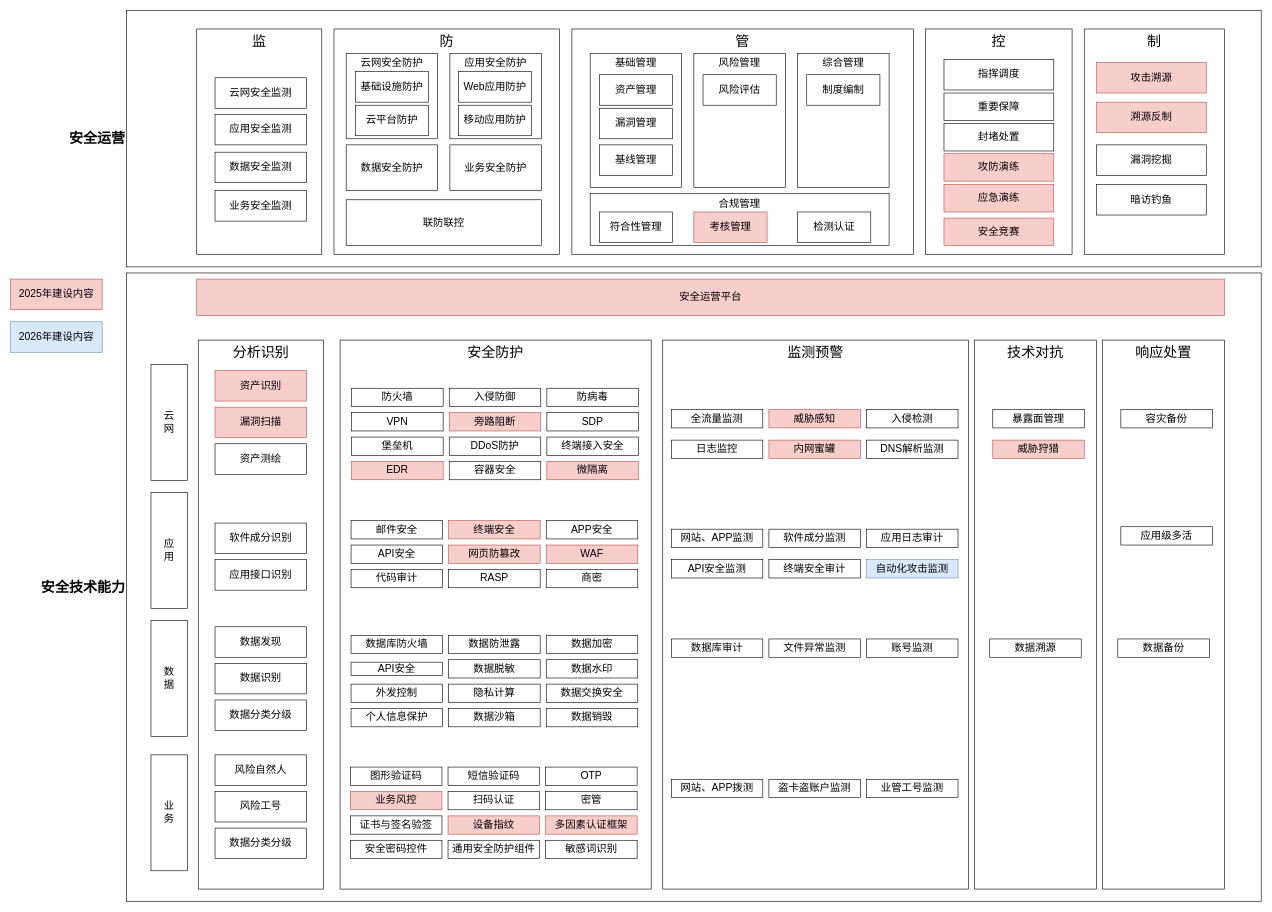
razor/1102_decoration keeps this draw.io diagram as page "第 1 页" (1 of 5) of 2024安全技术能力全景图.drawio. Above is the earlier version. Source tidied: cells renumbered, new cells numbered last; positions are measured from the earlier drawing's top-left corner, leaving out a move shared by most shapes. Both pictures are drawn from the tidied source at 61%, with x=0, y=0 at pixel (10, 10).
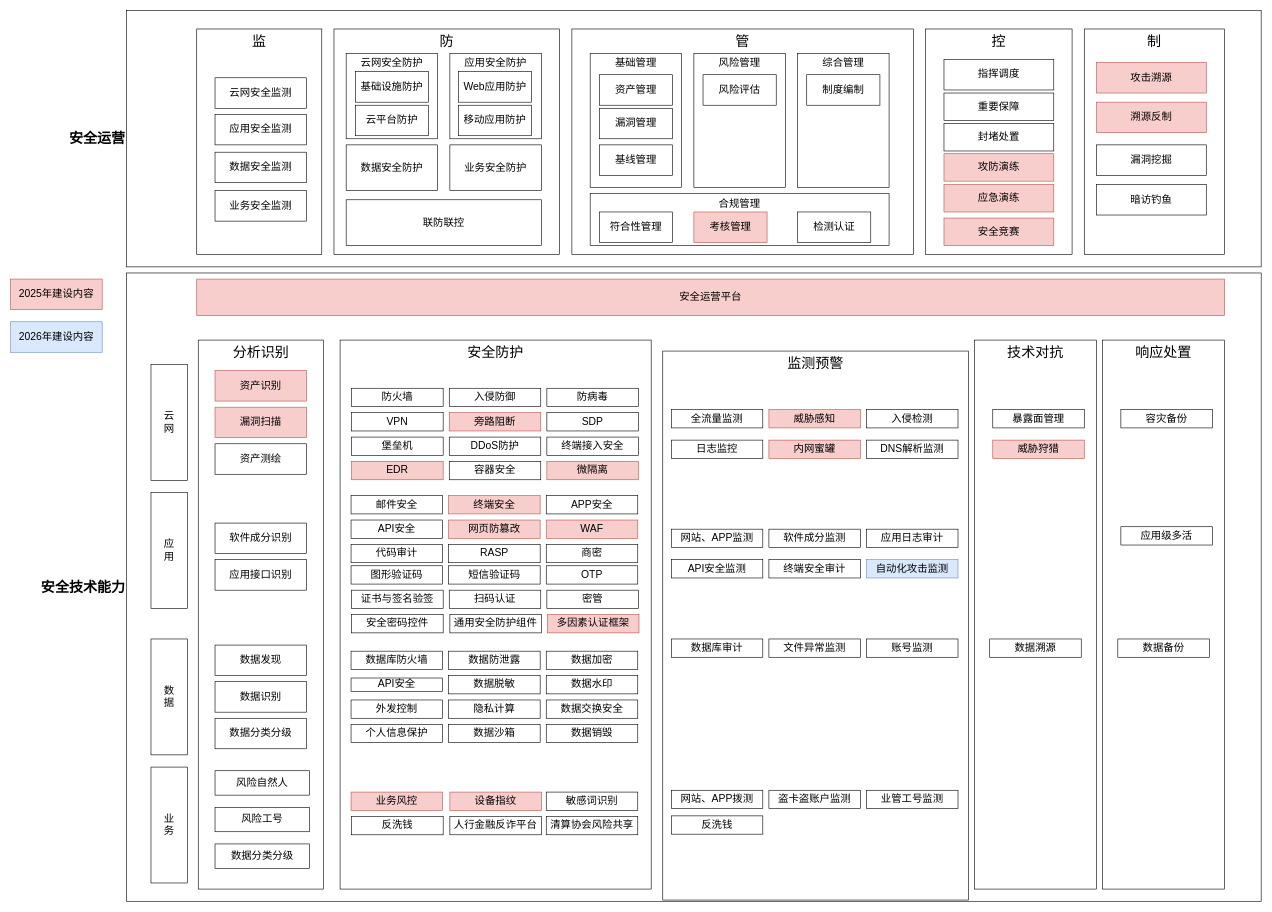
The same page after the edit.

Commit message:
更新2024安全技术能力全景图.drawio

Change to the diagram source:
```diff
@@
     <mxCell id="39" value="&lt;font style=&quot;font-size: 17px;&quot;&gt;数据发现&lt;/font&gt;" style="rounded=0;whiteSpace=wrap;html=1;fontStyle=0;" parent="1" vertex="1">
-      <mxGeometry x="335" y="1010" width="150" height="50" as="geometry" />
+      <mxGeometry x="335" y="1040" width="150" height="50" as="geometry" />
     </mxCell>
     <mxCell id="40" value="&lt;font style=&quot;font-size: 17px;&quot;&gt;数据识别&lt;/font&gt;" style="rounded=0;whiteSpace=wrap;html=1;fontStyle=0;" parent="1" vertex="1">
-      <mxGeometry x="335" y="1070" width="150" height="50" as="geometry" />
+      <mxGeometry x="335" y="1100" width="150" height="50" as="geometry" />
     </mxCell>
     <mxCell id="41" value="&lt;font style=&quot;font-size: 17px;&quot;&gt;数据分类分级&lt;/font&gt;" style="rounded=0;whiteSpace=wrap;html=1;fontStyle=0;" parent="1" vertex="1">
-      <mxGeometry x="335" y="1130" width="150" height="50" as="geometry" />
+      <mxGeometry x="335" y="1160" width="150" height="50" as="geometry" />
     </mxCell>
     <mxCell id="42" value="&lt;font style=&quot;font-size: 17px;&quot;&gt;风险自然人&lt;/font&gt;" style="rounded=0;whiteSpace=wrap;html=1;fontStyle=0;" parent="1" vertex="1">
-      <mxGeometry x="335" y="1220" width="150" height="50" as="geometry" />
+      <mxGeometry x="335" y="1246" width="155" height="40" as="geometry" />
     </mxCell>
     <mxCell id="43" value="&lt;font style=&quot;font-size: 17px;&quot;&gt;风险工号&lt;/font&gt;" style="rounded=0;whiteSpace=wrap;html=1;fontStyle=0;" parent="1" vertex="1">
-      <mxGeometry x="335" y="1280" width="150" height="50" as="geometry" />
+      <mxGeometry x="335" y="1306" width="155" height="40" as="geometry" />
     </mxCell>
     <mxCell id="44" value="&lt;font style=&quot;font-size: 17px;&quot;&gt;数据分类分级&lt;/font&gt;" style="rounded=0;whiteSpace=wrap;html=1;fontStyle=0;" parent="1" vertex="1">
-      <mxGeometry x="335" y="1340" width="150" height="50" as="geometry" />
+      <mxGeometry x="335" y="1366" width="155" height="40" as="geometry" />
     </mxCell>
     <mxCell id="45" value="业&lt;div style=&quot;font-size: 17px;&quot;&gt;务&lt;/div&gt;" style="rounded=0;whiteSpace=wrap;html=1;horizontal=1;fontSize=17;" parent="1" vertex="1">
-      <mxGeometry x="230" y="1220" width="60" height="190" as="geometry" />
+      <mxGeometry x="230" y="1240" width="60" height="190" as="geometry" />
     </mxCell>
     <mxCell id="46" value="数&lt;div&gt;据&lt;/div&gt;" style="rounded=0;whiteSpace=wrap;html=1;horizontal=1;fontSize=17;" parent="1" vertex="1">
-      <mxGeometry x="230" y="1000" width="60" height="190" as="geometry" />
+      <mxGeometry x="230" y="1030" width="60" height="190" as="geometry" />
     </mxCell>
@@
     <mxCell id="62" value="&lt;font style=&quot;font-size: 17px;&quot;&gt;邮件安全&lt;/font&gt;" style="rounded=0;whiteSpace=wrap;html=1;fontStyle=0;" parent="1" vertex="1">
-      <mxGeometry x="558" y="836" width="150" height="30" as="geometry" />
+      <mxGeometry x="558" y="795" width="150" height="30" as="geometry" />
     </mxCell>
     <mxCell id="63" value="&lt;font style=&quot;font-size: 17px;&quot;&gt;终端安全&lt;/font&gt;" style="rounded=0;whiteSpace=wrap;html=1;fontStyle=0;fillColor=#f8cecc;strokeColor=#b85450;" parent="1" vertex="1">
-      <mxGeometry x="718" y="836" width="150" height="30" as="geometry" />
+      <mxGeometry x="718" y="795" width="150" height="30" as="geometry" />
     </mxCell>
     <mxCell id="64" value="&lt;font style=&quot;font-size: 17px;&quot;&gt;APP安全&lt;/font&gt;" style="rounded=0;whiteSpace=wrap;html=1;fontStyle=0;" parent="1" vertex="1">
-      <mxGeometry x="878" y="836" width="150" height="30" as="geometry" />
+      <mxGeometry x="878" y="795" width="150" height="30" as="geometry" />
     </mxCell>
     <mxCell id="65" value="&lt;font style=&quot;font-size: 17px;&quot;&gt;API安全&lt;/font&gt;" style="rounded=0;whiteSpace=wrap;html=1;fontStyle=0;" parent="1" vertex="1">
-      <mxGeometry x="558" y="876" width="150" height="30" as="geometry" />
+      <mxGeometry x="558" y="835" width="150" height="30" as="geometry" />
     </mxCell>
     <mxCell id="66" value="&lt;font style=&quot;font-size: 17px;&quot;&gt;网页防篡改&lt;/font&gt;" style="rounded=0;whiteSpace=wrap;html=1;fontStyle=0;fillColor=#f8cecc;strokeColor=#b85450;" parent="1" vertex="1">
-      <mxGeometry x="718" y="876" width="150" height="30" as="geometry" />
+      <mxGeometry x="718" y="835" width="150" height="30" as="geometry" />
     </mxCell>
     <mxCell id="67" value="&lt;font style=&quot;font-size: 17px;&quot;&gt;WAF&lt;/font&gt;" style="rounded=0;whiteSpace=wrap;html=1;fontStyle=0;fillColor=#f8cecc;strokeColor=#b85450;" parent="1" vertex="1">
-      <mxGeometry x="878" y="876" width="150" height="30" as="geometry" />
+      <mxGeometry x="878" y="835" width="150" height="30" as="geometry" />
     </mxCell>
     <mxCell id="68" value="&lt;font style=&quot;font-size: 17px;&quot;&gt;代码审计&lt;/font&gt;" style="rounded=0;whiteSpace=wrap;html=1;fontStyle=0;" parent="1" vertex="1">
-      <mxGeometry x="558" y="916" width="150" height="30" as="geometry" />
+      <mxGeometry x="558" y="875" width="150" height="30" as="geometry" />
     </mxCell>
     <mxCell id="69" value="&lt;font style=&quot;font-size: 17px;&quot;&gt;RASP&lt;/font&gt;" style="rounded=0;whiteSpace=wrap;html=1;fontStyle=0;" parent="1" vertex="1">
-      <mxGeometry x="718" y="916" width="150" height="30" as="geometry" />
+      <mxGeometry x="718" y="875" width="150" height="30" as="geometry" />
     </mxCell>
     <mxCell id="70" value="&lt;font style=&quot;font-size: 17px;&quot;&gt;商密&lt;/font&gt;" style="rounded=0;whiteSpace=wrap;html=1;fontStyle=0;" parent="1" vertex="1">
-      <mxGeometry x="878" y="916" width="150" height="30" as="geometry" />
+      <mxGeometry x="878" y="875" width="150" height="30" as="geometry" />
     </mxCell>
     <mxCell id="71" value="&lt;font style=&quot;font-size: 17px;&quot;&gt;数据库防火墙&lt;/font&gt;" style="rounded=0;whiteSpace=wrap;html=1;fontStyle=0;" parent="1" vertex="1">
-      <mxGeometry x="558" y="1024" width="150" height="30" as="geometry" />
+      <mxGeometry x="558" y="1050" width="150" height="30" as="geometry" />
     </mxCell>
     <mxCell id="72" value="&lt;span style=&quot;font-size: 17px;&quot;&gt;数据防泄露&lt;/span&gt;" style="rounded=0;whiteSpace=wrap;html=1;fontStyle=0;" parent="1" vertex="1">
-      <mxGeometry x="718" y="1024" width="150" height="30" as="geometry" />
+      <mxGeometry x="718" y="1050" width="150" height="30" as="geometry" />
     </mxCell>
     <mxCell id="73" value="&lt;font style=&quot;font-size: 17px;&quot;&gt;数据加密&lt;/font&gt;" style="rounded=0;whiteSpace=wrap;html=1;fontStyle=0;" parent="1" vertex="1">
-      <mxGeometry x="878" y="1024" width="150" height="30" as="geometry" />
+      <mxGeometry x="878" y="1050" width="150" height="30" as="geometry" />
     </mxCell>
     <mxCell id="74" value="&lt;font style=&quot;font-size: 17px;&quot;&gt;API安全&lt;/font&gt;" style="rounded=0;whiteSpace=wrap;html=1;fontStyle=0;" parent="1" vertex="1">
-      <mxGeometry x="558" y="1068" width="150" height="22" as="geometry" />
+      <mxGeometry x="558" y="1094" width="150" height="22" as="geometry" />
     </mxCell>
     <mxCell id="75" value="&lt;font style=&quot;font-size: 17px;&quot;&gt;数据脱敏&lt;/font&gt;" style="rounded=0;whiteSpace=wrap;html=1;fontStyle=0;" parent="1" vertex="1">
-      <mxGeometry x="718" y="1064" width="150" height="30" as="geometry" />
+      <mxGeometry x="718" y="1090" width="150" height="30" as="geometry" />
     </mxCell>
     <mxCell id="76" value="&lt;font style=&quot;font-size: 17px;&quot;&gt;数据水印&lt;/font&gt;" style="rounded=0;whiteSpace=wrap;html=1;fontStyle=0;" parent="1" vertex="1">
-      <mxGeometry x="878" y="1064" width="150" height="30" as="geometry" />
+      <mxGeometry x="878" y="1090" width="150" height="30" as="geometry" />
     </mxCell>
     <mxCell id="77" value="&lt;font style=&quot;font-size: 17px;&quot;&gt;外发控制&lt;/font&gt;" style="rounded=0;whiteSpace=wrap;html=1;fontStyle=0;" parent="1" vertex="1">
-      <mxGeometry x="558" y="1104" width="150" height="30" as="geometry" />
+      <mxGeometry x="558" y="1130" width="150" height="30" as="geometry" />
     </mxCell>
     <mxCell id="78" value="&lt;span style=&quot;font-size: 17px;&quot;&gt;隐私计算&lt;/span&gt;" style="rounded=0;whiteSpace=wrap;html=1;fontStyle=0;" parent="1" vertex="1">
-      <mxGeometry x="718" y="1104" width="150" height="30" as="geometry" />
+      <mxGeometry x="718" y="1130" width="150" height="30" as="geometry" />
     </mxCell>
     <mxCell id="79" value="&lt;font style=&quot;font-size: 17px;&quot;&gt;数据交换安全&lt;/font&gt;" style="rounded=0;whiteSpace=wrap;html=1;fontStyle=0;" parent="1" vertex="1">
-      <mxGeometry x="878" y="1104" width="150" height="30" as="geometry" />
+      <mxGeometry x="878" y="1130" width="150" height="30" as="geometry" />
     </mxCell>
     <mxCell id="80" value="&lt;font style=&quot;font-size: 17px;&quot;&gt;个人信息保护&lt;/font&gt;" style="rounded=0;whiteSpace=wrap;html=1;fontStyle=0;" parent="1" vertex="1">
-      <mxGeometry x="558" y="1144" width="150" height="30" as="geometry" />
+      <mxGeometry x="558" y="1170" width="150" height="30" as="geometry" />
     </mxCell>
     <mxCell id="81" value="&lt;font style=&quot;font-size: 17px;&quot;&gt;数据沙箱&lt;/font&gt;" style="rounded=0;whiteSpace=wrap;html=1;fontStyle=0;" parent="1" vertex="1">
-      <mxGeometry x="718" y="1144" width="150" height="30" as="geometry" />
+      <mxGeometry x="718" y="1170" width="150" height="30" as="geometry" />
     </mxCell>
     <mxCell id="82" value="&lt;font style=&quot;font-size: 17px;&quot;&gt;数据销毁&lt;/font&gt;" style="rounded=0;whiteSpace=wrap;html=1;fontStyle=0;" parent="1" vertex="1">
-      <mxGeometry x="878" y="1144" width="150" height="30" as="geometry" />
+      <mxGeometry x="878" y="1170" width="150" height="30" as="geometry" />
     </mxCell>
     <mxCell id="83" value="&lt;font style=&quot;font-size: 17px;&quot;&gt;图形验证码&lt;/font&gt;" style="rounded=0;whiteSpace=wrap;html=1;fontStyle=0;" parent="1" vertex="1">
-      <mxGeometry x="557" y="1240" width="150" height="30" as="geometry" />
+      <mxGeometry x="558" y="910" width="150" height="30" as="geometry" />
     </mxCell>
     <mxCell id="84" value="&lt;font style=&quot;font-size: 17px;&quot;&gt;短信验证码&lt;/font&gt;" style="rounded=0;whiteSpace=wrap;html=1;fontStyle=0;" parent="1" vertex="1">
-      <mxGeometry x="717" y="1240" width="150" height="30" as="geometry" />
+      <mxGeometry x="718" y="910" width="150" height="30" as="geometry" />
     </mxCell>
     <mxCell id="85" value="&lt;font style=&quot;font-size: 17px;&quot;&gt;OTP&lt;/font&gt;" style="rounded=0;whiteSpace=wrap;html=1;fontStyle=0;" parent="1" vertex="1">
-      <mxGeometry x="877" y="1240" width="150" height="30" as="geometry" />
+      <mxGeometry x="878" y="910" width="150" height="30" as="geometry" />
     </mxCell>
     <mxCell id="86" value="&lt;font style=&quot;font-size: 17px;&quot;&gt;业务风控&lt;/font&gt;" style="rounded=0;whiteSpace=wrap;html=1;fontStyle=0;fillColor=#f8cecc;strokeColor=#b85450;" parent="1" vertex="1">
-      <mxGeometry x="557" y="1280" width="150" height="30" as="geometry" />
+      <mxGeometry x="558" y="1281" width="150" height="30" as="geometry" />
     </mxCell>
     <mxCell id="87" value="&lt;font style=&quot;font-size: 17px;&quot;&gt;扫码认证&lt;/font&gt;" style="rounded=0;whiteSpace=wrap;html=1;fontStyle=0;" parent="1" vertex="1">
-      <mxGeometry x="717" y="1280" width="150" height="30" as="geometry" />
+      <mxGeometry x="719" y="950" width="150" height="30" as="geometry" />
     </mxCell>
     <mxCell id="88" value="&lt;span style=&quot;font-size: 17px;&quot;&gt;密管&lt;/span&gt;" style="rounded=0;whiteSpace=wrap;html=1;fontStyle=0;" parent="1" vertex="1">
-      <mxGeometry x="877" y="1280" width="150" height="30" as="geometry" />
+      <mxGeometry x="879" y="950" width="150" height="30" as="geometry" />
     </mxCell>
     <mxCell id="89" value="&lt;font style=&quot;font-size: 17px;&quot;&gt;证书与签名验签&lt;/font&gt;" style="rounded=0;whiteSpace=wrap;html=1;fontStyle=0;" parent="1" vertex="1">
-      <mxGeometry x="557" y="1320" width="150" height="30" as="geometry" />
+      <mxGeometry x="559" y="950" width="150" height="30" as="geometry" />
     </mxCell>
     <mxCell id="90" value="&lt;span style=&quot;font-size: 17px;&quot;&gt;设备指纹&lt;/span&gt;" style="rounded=0;whiteSpace=wrap;html=1;fontStyle=0;fillColor=#f8cecc;strokeColor=#b85450;" parent="1" vertex="1">
-      <mxGeometry x="717" y="1320" width="150" height="30" as="geometry" />
+      <mxGeometry x="720" y="1281" width="150" height="30" as="geometry" />
     </mxCell>
     <mxCell id="91" value="&lt;font style=&quot;font-size: 17px;&quot;&gt;多因素认证框架&lt;/font&gt;" style="rounded=0;whiteSpace=wrap;html=1;fontStyle=0;fillColor=#f8cecc;strokeColor=#b85450;" parent="1" vertex="1">
-      <mxGeometry x="877" y="1320" width="150" height="30" as="geometry" />
+      <mxGeometry x="880" y="990" width="150" height="30" as="geometry" />
     </mxCell>
     <mxCell id="92" value="&lt;font style=&quot;font-size: 17px;&quot;&gt;安全密码控件&lt;/font&gt;" style="rounded=0;whiteSpace=wrap;html=1;fontStyle=0;" parent="1" vertex="1">
-      <mxGeometry x="557" y="1360" width="150" height="30" as="geometry" />
+      <mxGeometry x="559" y="990" width="150" height="30" as="geometry" />
     </mxCell>
     <mxCell id="93" value="&lt;span style=&quot;font-size: 17px;&quot;&gt;通用安全防护组件&lt;/span&gt;" style="rounded=0;whiteSpace=wrap;html=1;fontStyle=0;" parent="1" vertex="1">
-      <mxGeometry x="717" y="1360" width="150" height="30" as="geometry" />
+      <mxGeometry x="720" y="990" width="150" height="30" as="geometry" />
     </mxCell>
     <mxCell id="94" value="&lt;font style=&quot;font-size: 17px;&quot;&gt;敏感词识别&lt;/font&gt;" style="rounded=0;whiteSpace=wrap;html=1;fontStyle=0;" parent="1" vertex="1">
-      <mxGeometry x="877" y="1360" width="150" height="30" as="geometry" />
+      <mxGeometry x="878" y="1281" width="150" height="30" as="geometry" />
     </mxCell>
     <mxCell id="95" value="&lt;span style=&quot;font-size: 23px;&quot;&gt;监测预警&lt;/span&gt;" style="rounded=0;whiteSpace=wrap;html=1;verticalAlign=top;fontSize=23;fontStyle=0;" parent="1" vertex="1">
-      <mxGeometry x="1069" y="540" width="501" height="900" as="geometry" />
+      <mxGeometry x="1069" y="558" width="501" height="900" as="geometry" />
     </mxCell>
@@
     <mxCell id="111" value="&lt;font style=&quot;font-size: 17px;&quot;&gt;网站、APP拨测&lt;/font&gt;" style="rounded=0;whiteSpace=wrap;html=1;fontStyle=0;" parent="1" vertex="1">
-      <mxGeometry x="1083" y="1260" width="150" height="30" as="geometry" />
+      <mxGeometry x="1083" y="1278" width="150" height="30" as="geometry" />
     </mxCell>
     <mxCell id="112" value="&lt;span style=&quot;font-size: 17px;&quot;&gt;盗卡盗账户监测&lt;/span&gt;" style="rounded=0;whiteSpace=wrap;html=1;fontStyle=0;" parent="1" vertex="1">
-      <mxGeometry x="1243" y="1260" width="150" height="30" as="geometry" />
+      <mxGeometry x="1243" y="1278" width="150" height="30" as="geometry" />
     </mxCell>
     <mxCell id="113" value="&lt;span style=&quot;font-size: 17px;&quot;&gt;业管工号监测&lt;/span&gt;" style="rounded=0;whiteSpace=wrap;html=1;fontStyle=0;" parent="1" vertex="1">
-      <mxGeometry x="1403" y="1260" width="150" height="30" as="geometry" />
+      <mxGeometry x="1403" y="1278" width="150" height="30" as="geometry" />
     </mxCell>
@@
+    <mxCell id="136" value="&lt;font style=&quot;font-size: 17px;&quot;&gt;反洗钱&lt;/font&gt;" style="rounded=0;whiteSpace=wrap;html=1;fontStyle=0;" parent="1" vertex="1">
+      <mxGeometry x="559" y="1321" width="150" height="30" as="geometry" />
+    </mxCell>
+    <mxCell id="137" value="&lt;span style=&quot;font-size: 17px;&quot;&gt;人行金融反诈平台&lt;/span&gt;" style="rounded=0;whiteSpace=wrap;html=1;fontStyle=0;" parent="1" vertex="1">
+      <mxGeometry x="720" y="1321" width="150" height="30" as="geometry" />
+    </mxCell>
+    <mxCell id="138" value="&lt;span style=&quot;font-size: 17px;&quot;&gt;清算协会风险共享&lt;/span&gt;" style="rounded=0;whiteSpace=wrap;html=1;fontStyle=0;" parent="1" vertex="1">
+      <mxGeometry x="878" y="1321" width="150" height="30" as="geometry" />
+    </mxCell>
+    <mxCell id="139" value="&lt;font style=&quot;font-size: 17px;&quot;&gt;反洗钱&lt;/font&gt;" style="rounded=0;whiteSpace=wrap;html=1;fontStyle=0;" parent="1" vertex="1">
+      <mxGeometry x="1083" y="1320" width="150" height="30" as="geometry" />
+    </mxCell>
```
